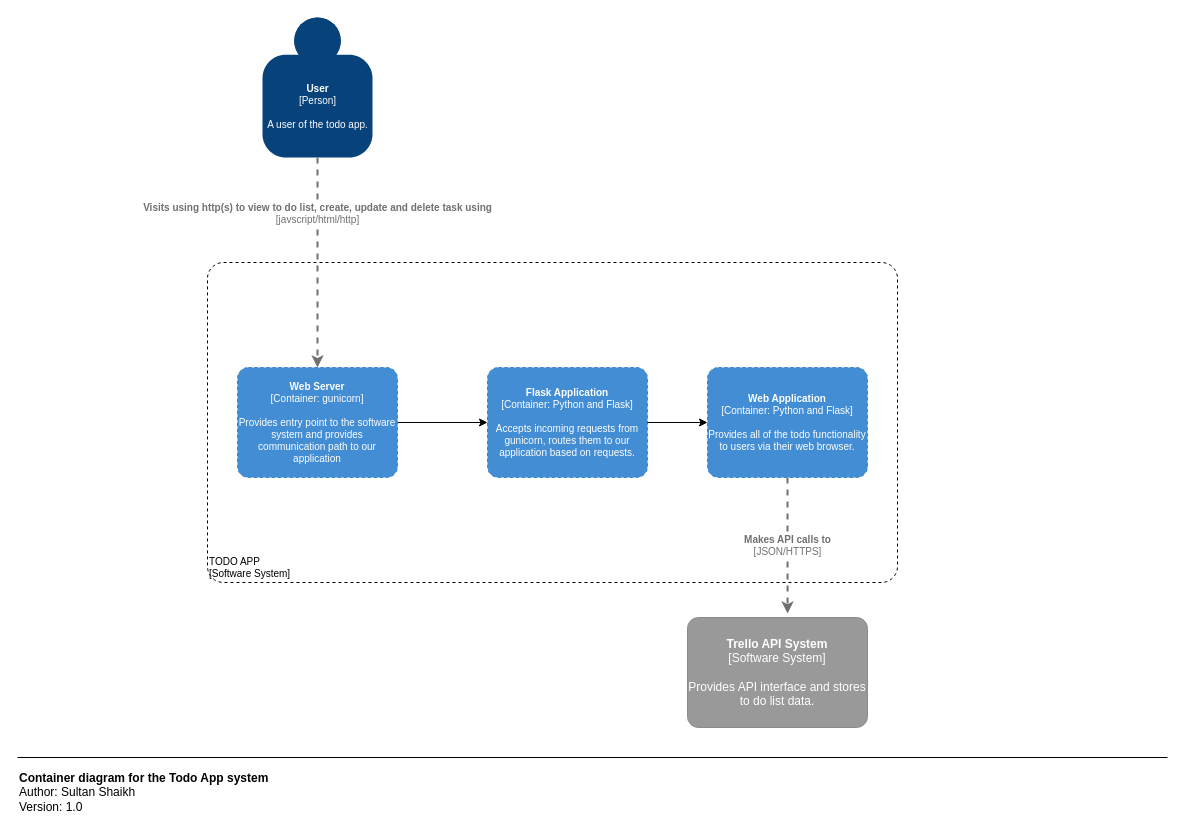
Before: page "Level 2" (2 of 3) of documentation/TODO App C4 Diagrams.drawio in sultanshaikh-devops/DevOps-Course-Starter, a draw.io diagram. Source tidied: cells renumbered, new cells numbered last; positions are measured from the earlier drawing's top-left corner, leaving out a move shared by most shapes. Both pictures are drawn from the tidied source at 100%, with x=0, y=0 at pixel (17, 17).
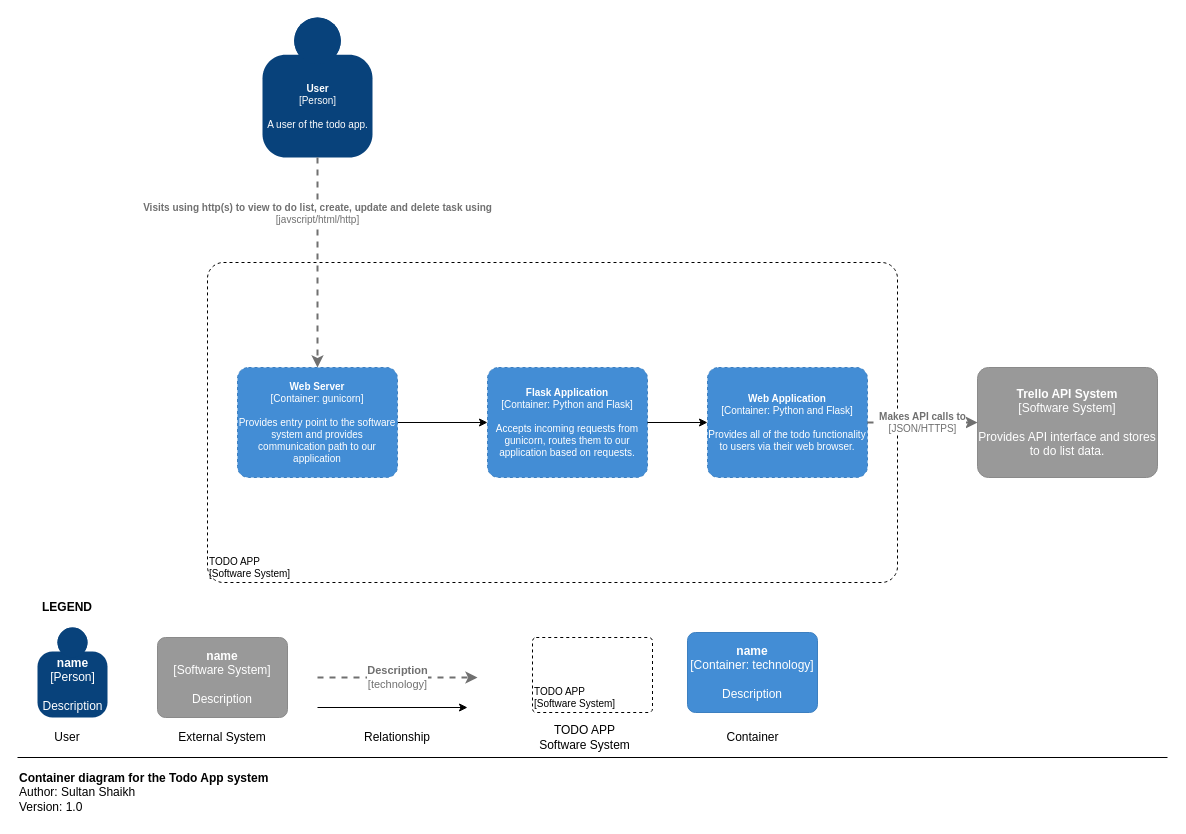
Above is the later version.

The change refers to these unchanged cells:
```xml
<object id="7" label="&lt;b&gt;%c4Name%&lt;/b&gt;&lt;div&gt;[%c4Type%: %c4Technology%]&lt;/div&gt;&lt;br&gt;&lt;div&gt;%c4Description%&lt;/div&gt;" c4Description="Provides all of the todo functionality to users via their web browser." c4Name="Web Application" c4Technology="Python and Flask" c4Type="Container" placeholders="1">
  <mxCell style="rounded=1;whiteSpace=wrap;html=1;labelBackgroundColor=none;fillColor=#438DD5;fontColor=#ffffff;align=center;arcSize=10;strokeColor=#3C7FC0;metaData={&quot;c4Type&quot;:{&quot;editable&quot;:false}};points=[[0.25,0,0],[0.5,0,0],[0.75,0,0],[1,0.25,0],[1,0.5,0],[1,0.75,0],[0.75,1,0],[0.5,1,0],[0.25,1,0],[0,0.75,0],[0,0.5,0],[0,0.25,0]];dashed=1;fontSize=10;" parent="1" vertex="1">
    <mxGeometry x="690" y="350" width="160" height="110" as="geometry" />
  </mxCell>
</object>
```

The edit, as a diff of the source:
```diff
@@
     <object id="3" label="&lt;b&gt;%c4Name%&lt;/b&gt;&lt;div&gt;[%c4Type%]&lt;/div&gt;&lt;br&gt;&lt;div&gt;%c4Description%&lt;/div&gt;" c4Description="Provides API interface and stores to do list data." c4Name="Trello API System" c4Type="Software System" placeholders="1">
       <mxCell style="rounded=1;whiteSpace=wrap;html=1;labelBackgroundColor=none;fillColor=#999999;fontColor=#ffffff;align=center;arcSize=10;strokeColor=#8A8A8A;metaData={&quot;c4Type&quot;:{&quot;editable&quot;:false}};points=[[0.25,0,0],[0.5,0,0],[0.75,0,0],[1,0.25,0],[1,0.5,0],[1,0.75,0],[0.75,1,0],[0.5,1,0],[0.25,1,0],[0,0.75,0],[0,0.5,0],[0,0.25,0]];" parent="1" vertex="1">
-        <mxGeometry x="670" y="600" width="180" height="110" as="geometry" />
+        <mxGeometry x="960" y="350" width="180" height="110" as="geometry" />
       </mxCell>
     </object>
@@
     <object id="8" label="&lt;div style=&quot;text-align: left&quot;&gt;&lt;div style=&quot;text-align: center&quot;&gt;&lt;b&gt;%c4Description%&lt;/b&gt;&lt;/div&gt;&lt;div style=&quot;text-align: center&quot;&gt;[%c4Technology%]&lt;/div&gt;&lt;/div&gt;" c4Description="Makes API calls to" c4Technology="JSON/HTTPS" placeholders="1">
-      <mxCell style="edgeStyle=none;rounded=0;html=1;entryX=0.556;entryY=-0.036;jettySize=auto;strokeColor=#707070;strokeWidth=2;fontColor=#707070;jumpStyle=none;dashed=1;metaData={&quot;c4Type&quot;:{&quot;editable&quot;:false}};fontSize=10;entryDx=0;entryDy=0;entryPerimeter=0;exitX=0.5;exitY=1;exitDx=0;exitDy=0;exitPerimeter=0;" parent="1" edge="1" source="7" target="3">
+      <mxCell style="edgeStyle=none;rounded=0;html=1;entryX=0;entryY=0.5;jettySize=auto;strokeColor=#707070;strokeWidth=2;fontColor=#707070;jumpStyle=none;dashed=1;metaData={&quot;c4Type&quot;:{&quot;editable&quot;:false}};fontSize=10;entryDx=0;entryDy=0;entryPerimeter=0;exitX=1;exitY=0.5;exitDx=0;exitDy=0;exitPerimeter=0;" parent="1" edge="1" source="7" target="3">
         <mxGeometry relative="1" as="geometry" />
       </mxCell>
     </object>
@@
+    <mxCell id="14" value="LEGEND" style="text;html=1;strokeColor=none;fillColor=none;align=center;verticalAlign=middle;whiteSpace=wrap;rounded=0;fontStyle=1;" parent="1" vertex="1">
+      <mxGeometry x="20" y="580" width="60" height="20" as="geometry" />
+    </mxCell>
+    <object id="15" label="&lt;b&gt;%c4Name%&lt;/b&gt;&lt;div&gt;[%c4Type%]&lt;/div&gt;&lt;br&gt;&lt;div&gt;%c4Description%&lt;/div&gt;" c4Description="Description" c4Name="name" c4Type="Person" placeholders="1">
+      <mxCell style="html=1;dashed=0;whitespace=wrap;fillColor=#08427b;strokeColor=none;fontColor=#ffffff;shape=mxgraph.c4.person;align=center;metaData={&quot;c4Type&quot;:{&quot;editable&quot;:false}};rounded=0;" parent="1" vertex="1">
+        <mxGeometry x="20" y="610" width="70" height="90" as="geometry" />
+      </mxCell>
+    </object>
+    <mxCell id="16" value="User" style="text;html=1;strokeColor=none;fillColor=none;align=center;verticalAlign=middle;whiteSpace=wrap;rounded=0;" parent="1" vertex="1">
+      <mxGeometry x="30" y="710" width="40" height="20" as="geometry" />
+    </mxCell>
+    <object id="17" label="&lt;b&gt;%c4Name%&lt;/b&gt;&lt;div&gt;[%c4Type%]&lt;/div&gt;&lt;br&gt;&lt;div&gt;%c4Description%&lt;/div&gt;" c4Description="Description" c4Name="name" c4Type="Software System" placeholders="1">
+      <mxCell style="rounded=1;whiteSpace=wrap;html=1;labelBackgroundColor=none;fillColor=#999999;fontColor=#ffffff;align=center;arcSize=10;strokeColor=#8A8A8A;metaData={&quot;c4Type&quot;:{&quot;editable&quot;:false}};" parent="1" vertex="1">
+        <mxGeometry x="140" y="620" width="130" height="80" as="geometry" />
+      </mxCell>
+    </object>
+    <mxCell id="18" value="External System" style="text;html=1;strokeColor=none;fillColor=none;align=center;verticalAlign=middle;whiteSpace=wrap;rounded=0;" parent="1" vertex="1">
+      <mxGeometry x="160" y="710" width="90" height="20" as="geometry" />
+    </mxCell>
+    <object id="19" label="&lt;div style=&quot;text-align: left&quot;&gt;&lt;div style=&quot;text-align: center&quot;&gt;&lt;b&gt;%c4Description%&lt;/b&gt;&lt;/div&gt;&lt;div style=&quot;text-align: center&quot;&gt;[%c4Technology%]&lt;/div&gt;&lt;/div&gt;" c4Description="Description" c4Technology="technology" placeholders="1">
+      <mxCell style="edgeStyle=none;rounded=0;html=1;entryX=0;entryY=0.5;jettySize=auto;orthogonalLoop=1;strokeColor=#707070;strokeWidth=2;fontColor=#707070;jumpStyle=none;dashed=1;metaData={&quot;c4Type&quot;:{&quot;editable&quot;:false}};startArrow=none;startFill=0;" parent="1" edge="1">
+        <mxGeometry relative="1" as="geometry">
+          <mxPoint x="300" y="660" as="sourcePoint" />
+          <mxPoint x="460" y="660" as="targetPoint" />
+        </mxGeometry>
+      </mxCell>
+    </object>
+    <mxCell id="20" value="Relationship" style="text;html=1;strokeColor=none;fillColor=none;align=center;verticalAlign=middle;whiteSpace=wrap;rounded=0;" parent="1" vertex="1">
+      <mxGeometry x="340" y="710" width="80" height="20" as="geometry" />
+    </mxCell>
+    <mxCell id="21" value="TODO APP Software System" style="text;html=1;strokeColor=none;fillColor=none;align=center;verticalAlign=middle;whiteSpace=wrap;rounded=0;" parent="1" vertex="1">
+      <mxGeometry x="515" y="710" width="105" height="20" as="geometry" />
+    </mxCell>
+    <object id="22" label="&lt;div style=&quot;text-align: left&quot;&gt;%c4Name%&lt;/div&gt;&lt;div style=&quot;text-align: left&quot;&gt;[%c4Application%]&lt;/div&gt;" c4Application="Software System" c4Name="TODO APP" placeholders="1">
+      <mxCell style="rounded=1;whiteSpace=wrap;html=1;labelBackgroundColor=none;fillColor=#ffffff;fontColor=#000000;align=left;arcSize=5;strokeColor=#000000;verticalAlign=bottom;metaData={&quot;c4Type&quot;:{&quot;editable&quot;:false}};dashed=1;fontSize=10;" parent="1" vertex="1">
+        <mxGeometry x="515" y="620" width="120" height="75" as="geometry" />
+      </mxCell>
+    </object>
+    <object id="23" label="&lt;b&gt;%c4Name%&lt;/b&gt;&lt;div&gt;[%c4Type%: %c4Technology%]&lt;/div&gt;&lt;br&gt;&lt;div&gt;%c4Description%&lt;/div&gt;" c4Description="Description" c4Name="name" c4Technology="technology" c4Type="Container" placeholders="1">
+      <mxCell style="rounded=1;whiteSpace=wrap;html=1;labelBackgroundColor=none;fillColor=#438DD5;fontColor=#ffffff;align=center;arcSize=10;strokeColor=#3C7FC0;metaData={&quot;c4Type&quot;:{&quot;editable&quot;:false}};" parent="1" vertex="1">
+        <mxGeometry x="670" y="615" width="130" height="80" as="geometry" />
+      </mxCell>
+    </object>
+    <mxCell id="24" value="Container" style="text;html=1;strokeColor=none;fillColor=none;align=center;verticalAlign=middle;whiteSpace=wrap;rounded=0;" parent="1" vertex="1">
+      <mxGeometry x="682.5" y="710" width="105" height="20" as="geometry" />
+    </mxCell>
+    <mxCell id="25" style="endArrow=classic;html=1;" parent="1" edge="1">
+      <mxGeometry relative="1" as="geometry">
+        <mxPoint x="300" y="690" as="sourcePoint" />
+        <mxPoint x="450" y="690" as="targetPoint" />
+        <Array as="points">
+          <mxPoint x="300" y="690" />
+        </Array>
+      </mxGeometry>
+    </mxCell>
```
